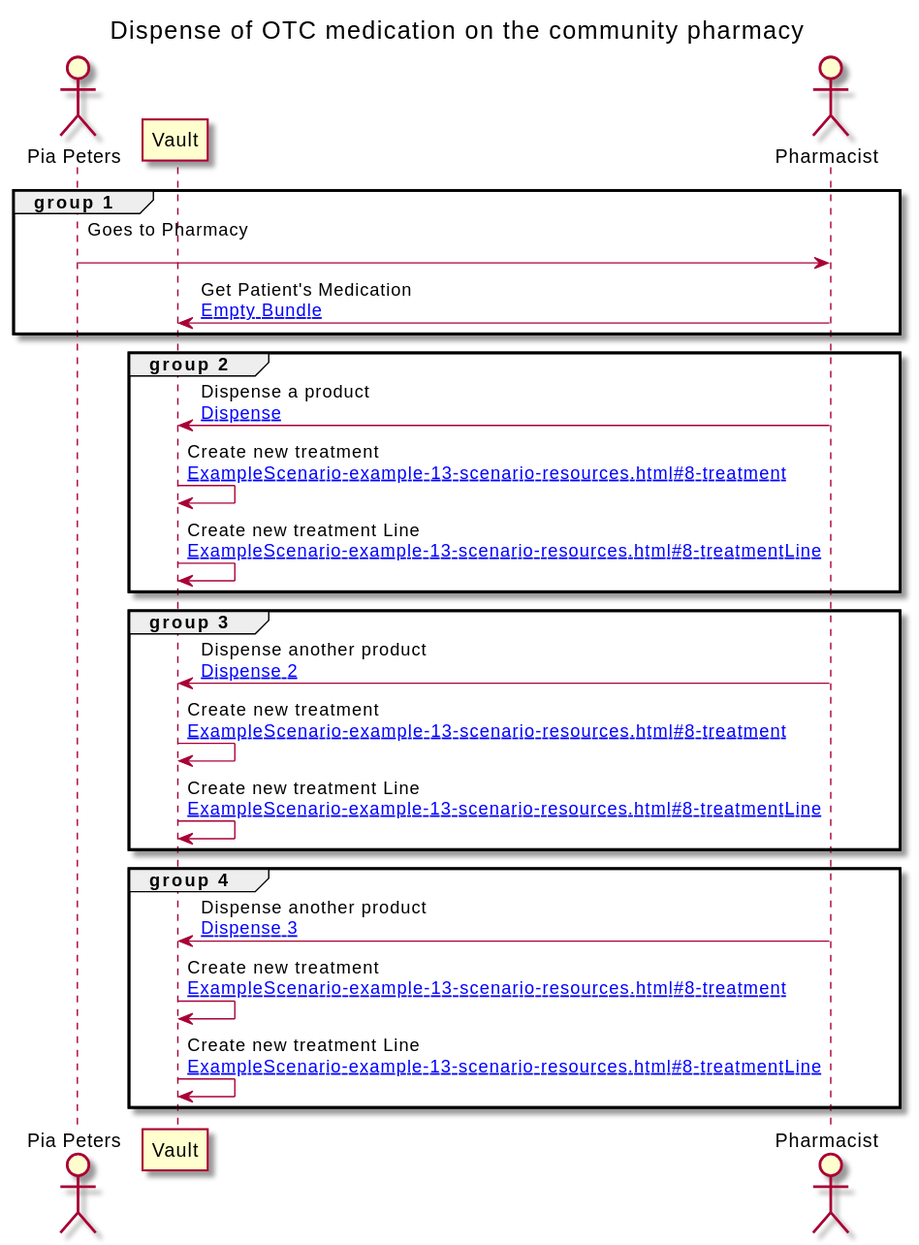
Earlier version of the PlantUML export branches/master/ExampleScenario-example-13-scenario.svg (costateixeira/hl7-be-fhir-medication).
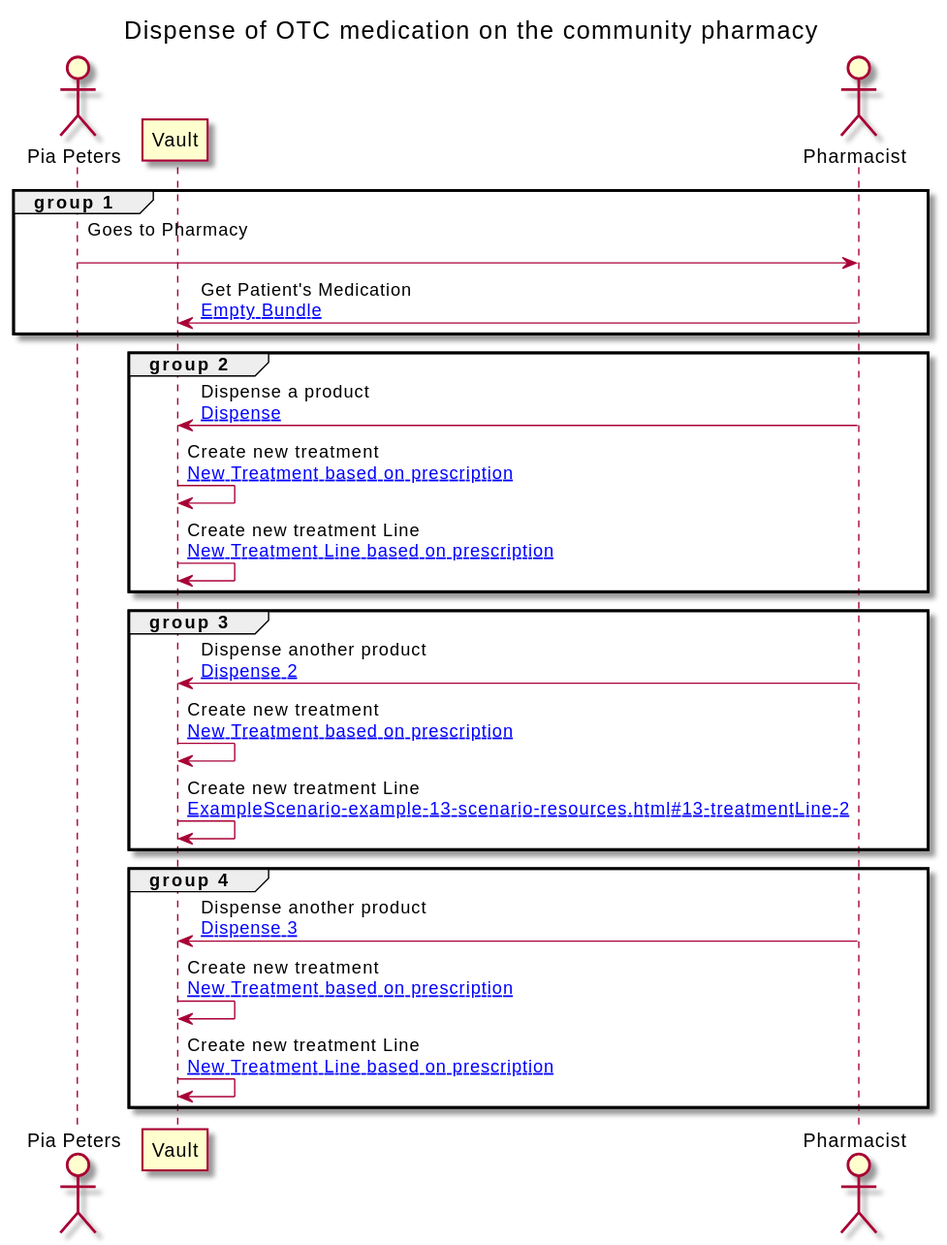
The same file after the commit.

Diff of the diagram source:
```diff
@@ -21,22 +21,22 @@
 group group 2
 
 PHARM -> VAULT : Dispense a product\n[[ExampleScenario-example-13-scenario-resources.html#13-dispense Dispense]]
-VAULT -> VAULT : Create new treatment\n[[ExampleScenario-example-13-scenario-resources.html#8-treatment ]]
-VAULT -> VAULT : Create new treatment Line\n[[ExampleScenario-example-13-scenario-resources.html#8-treatmentLine ]]
+VAULT -> VAULT : Create new treatment\n[[ExampleScenario-example-13-scenario-resources.html#13-treatment New Treatment based on prescription]]
+VAULT -> VAULT : Create new treatment Line\n[[ExampleScenario-example-13-scenario-resources.html#13-treatmentLine New Treatment Line based on prescription]]
 end
 
 group group 3
 
 PHARM -> VAULT : Dispense another product\n[[ExampleScenario-example-13-scenario-resources.html#13-dispense-2  Dispense 2]]
-VAULT -> VAULT : Create new treatment\n[[ExampleScenario-example-13-scenario-resources.html#8-treatment ]]
-VAULT -> VAULT : Create new treatment Line\n[[ExampleScenario-example-13-scenario-resources.html#8-treatmentLine ]]
+VAULT -> VAULT : Create new treatment\n[[ExampleScenario-example-13-scenario-resources.html#13-treatment New Treatment based on prescription]]
+VAULT -> VAULT : Create new treatment Line\n[[ExampleScenario-example-13-scenario-resources.html#13-treatmentLine-2 ]]
 end
 
 group group 4
 
 PHARM -> VAULT : Dispense another product\n[[ExampleScenario-example-13-scenario-resources.html#13-dispense-3  Dispense 3]]
-VAULT -> VAULT : Create new treatment\n[[ExampleScenario-example-13-scenario-resources.html#8-treatment ]]
-VAULT -> VAULT : Create new treatment Line\n[[ExampleScenario-example-13-scenario-resources.html#8-treatmentLine ]]
+VAULT -> VAULT : Create new treatment\n[[ExampleScenario-example-13-scenario-resources.html#13-treatment New Treatment based on prescription]]
+VAULT -> VAULT : Create new treatment Line\n[[ExampleScenario-example-13-scenario-resources.html#13-treatmentLine New Treatment Line based on prescription]]
 end
 
 
```
